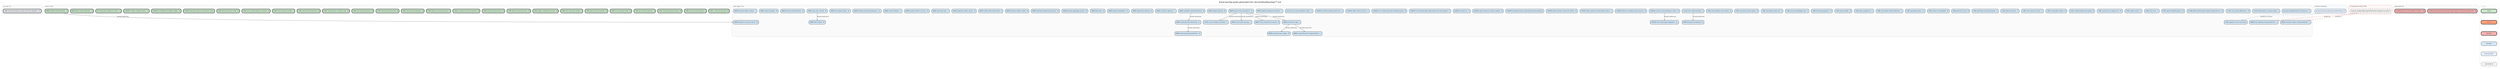
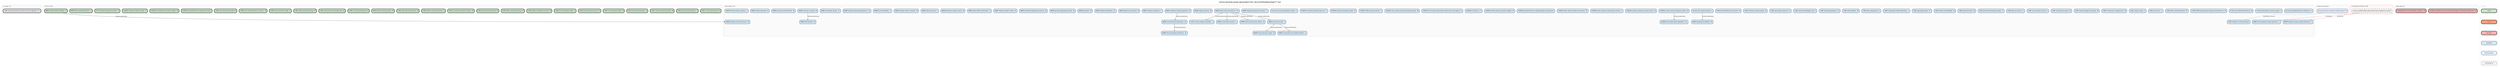
digraph backlog {
  rankdir=TB
  fontname="Helvetica"
  label="Active backlog graph generated from docs/method/backlog/*/*.md"
  labelloc=t
  fontsize=12
  node [shape=box style="rounded,filled" fontname="Helvetica" fontsize=8 margin="0.1,0.05" height=0.35]
  edge [color="#666666" arrowsize=0.5 fontname="Helvetica" fontsize=7]
  newrank=true
  ranksep=0.55
  nodesep=0.2

  subgraph cluster_up_next {
    label="up-next (1)" labeljust=l fontsize=9 fontcolor="#555555"
    style=rounded color="#cccccc" bgcolor="#fafafa"
    up_next_CORE_structural_history_schema_and_echo_migration [label="CORE-structural-history-schema-and-echo-migration - XL" fillcolor="#E5E7EB" penwidth=2]
  }

  subgraph cluster_v0_8_0 {
    label="v0.8.0 (26)" labeljust=l fontsize=9 fontcolor="#555555"
    style=rounded color="#cccccc" bgcolor="#fafafa"
    v0_8_0_CORE_c_structural_parsing [label="CORE-c-structural-parsing - M" fillcolor="#C8E6C9" penwidth=2]
    v0_8_0_CORE_cpp_structural_parsing [label="CORE-cpp-structural-parsing - L" fillcolor="#C8E6C9" penwidth=2]
    v0_8_0_CORE_csharp_structural_parsing [label="CORE-csharp-structural-parsing - M" fillcolor="#C8E6C9" penwidth=2]
    v0_8_0_CORE_go_structural_parsing [label="CORE-go-structural-parsing - S" fillcolor="#C8E6C9" penwidth=2]
    v0_8_0_CORE_hcl_structured_config [label="CORE-hcl-structured-config - M" fillcolor="#C8E6C9" penwidth=2]
    v0_8_0_CORE_java_structural_parsing [label="CORE-java-structural-parsing - M" fillcolor="#C8E6C9" penwidth=2]
    v0_8_0_CORE_json_structured_config [label="CORE-json-structured-config - S" fillcolor="#C8E6C9" penwidth=2]
    v0_8_0_CORE_jupyter_notebook_structure [label="CORE-jupyter-notebook-structure - M" fillcolor="#C8E6C9" penwidth=2]
    v0_8_0_CORE_kotlin_structural_parsing [label="CORE-kotlin-structural-parsing - M" fillcolor="#C8E6C9" penwidth=2]
    v0_8_0_CORE_php_structural_parsing [label="CORE-php-structural-parsing - M" fillcolor="#C8E6C9" penwidth=2]
    v0_8_0_CORE_pr_review_structural_summary [label="CORE-pr-review-structural-summary - M" fillcolor="#C8E6C9" penwidth=2]
    v0_8_0_CORE_python_structural_parsing [label="CORE-python-structural-parsing - S" fillcolor="#C8E6C9" penwidth=2]
    v0_8_0_CORE_ruby_structural_parsing [label="CORE-ruby-structural-parsing - M" fillcolor="#C8E6C9" penwidth=2]
    v0_8_0_CORE_shell_structural_parsing [label="CORE-shell-structural-parsing - M" fillcolor="#C8E6C9" penwidth=2]
    v0_8_0_CORE_sql_structural_parsing [label="CORE-sql-structural-parsing - M" fillcolor="#C8E6C9" penwidth=2]
    v0_8_0_CORE_structural_test_coverage_map [label="CORE-structural-test-coverage-map - M" fillcolor="#C8E6C9" penwidth=2]
    v0_8_0_CORE_swift_structural_parsing [label="CORE-swift-structural-parsing - M" fillcolor="#C8E6C9" penwidth=2]
    v0_8_0_CORE_toml_structured_config [label="CORE-toml-structured-config - S" fillcolor="#C8E6C9" penwidth=2]
    v0_8_0_CORE_tool_context_injection_contracts [label="CORE-tool-context-injection-contracts - M" fillcolor="#C8E6C9" penwidth=2]
    v0_8_0_CORE_yaml_structured_config [label="CORE-yaml-structured-config - M" fillcolor="#C8E6C9" penwidth=2]
    v0_8_0_SURFACE_git_graft_enhance_provenance_hints [label="SURFACE-git-graft-enhance-provenance-hints" fillcolor="#C8E6C9" penwidth=2]
    v0_8_0_SURFACE_pr_feedback_resolution_ledger [label="SURFACE-pr-feedback-resolution-ledger - M" fillcolor="#C8E6C9" penwidth=2]
    v0_8_0_SURFACE_review_cooldown_status [label="SURFACE-review-cooldown-status - S" fillcolor="#C8E6C9" penwidth=2]
    v0_8_0_TEST_bounded_subprocess_policy [label="TEST-bounded-subprocess-policy - S" fillcolor="#C8E6C9" penwidth=2]
    v0_8_0_WARP_dead_symbol_detection [label="WARP-dead-symbol-detection - S" fillcolor="#C8E6C9" penwidth=2]
    v0_8_0_WARP_symbol_history_timeline [label="WARP-symbol-history-timeline - S" fillcolor="#C8E6C9" penwidth=2]
  }

  subgraph cluster_bad_code {
    label="bad-code (2)" labeljust=l fontsize=9 fontcolor="#555555"
    style=rounded color="#cccccc" bgcolor="#fafafa"
    bad_code_CLEAN_remaining_structural_warp_reads_bypass_structural_reading_port [label="CLEAN-remaining-structural-warp-reads-bypass-structural-reading-port - M" fillcolor="#F6B3B3" penwidth=2]
    bad_code_CLEAN_wesley_cli_not_hermetic_in_graft_ci [label="CLEAN-wesley-cli-not-hermetic-in-graft-ci - M" fillcolor="#F6B3B3" penwidth=2]
  }

  subgraph cluster_cool_ideas {
-     label="Cool Ideas (74)" labeljust=l fontsize=9 fontcolor="#555555"
+     label="Cool Ideas (75)" labeljust=l fontsize=9 fontcolor="#555555"
    style=rounded color="#cccccc" bgcolor="#fafafa"
    cool_ideas_bounded_neighborhood_for_references [label="bounded-neighborhood-for-references - S" fillcolor="#D4E8F7" penwidth=1]
    cool_ideas_CI_001_causal_collapse_visualizer [label="CI-001-causal-collapse-visualizer - L" fillcolor="#D4E8F7" penwidth=1]
    cool_ideas_CI_002_deterministic_scenario_replay [label="CI-002-deterministic-scenario-replay - L" fillcolor="#D4E8F7" penwidth=1]
    cool_ideas_CI_003_mcp_native_diff_protocol [label="CI-003-mcp-native-diff-protocol - M" fillcolor="#D4E8F7" penwidth=1]
    cool_ideas_CLEAN_CODE_parallel_agent_merge_shared_file_loss [label="CLEAN-CODE-parallel-agent-merge-shared-file-loss - M" fillcolor="#D4E8F7" penwidth=1]
    cool_ideas_CORE_agent_handoff_protocol [label="CORE-agent-handoff-protocol - M" fillcolor="#D4E8F7" penwidth=1]
    cool_ideas_CORE_auto_focus [label="CORE-auto-focus - L" fillcolor="#D4E8F7" penwidth=1]
    cool_ideas_CORE_capture_range [label="CORE-capture-range - S" fillcolor="#D4E8F7" penwidth=1]
    cool_ideas_CORE_constructor_in_disguise_lint [label="CORE-constructor-in-disguise-lint - M" fillcolor="#D4E8F7" penwidth=1]
    cool_ideas_CORE_context_budget_forecasting [label="CORE-context-budget-forecasting - M" fillcolor="#D4E8F7" penwidth=1]
    cool_ideas_CORE_conversation_primer [label="CORE-conversation-primer - M" fillcolor="#D4E8F7" penwidth=1]
    cool_ideas_CORE_cross_session_resume [label="CORE-cross-session-resume - S" fillcolor="#D4E8F7" penwidth=1]
    cool_ideas_CORE_graft_as_teacher [label="CORE-graft-as-teacher - S" fillcolor="#D4E8F7" penwidth=1]
    cool_ideas_CORE_graft_teach_learning_receipts [label="CORE-graft-teach-learning-receipts - S" fillcolor="#D4E8F7" penwidth=1]
    cool_ideas_CORE_graft_tool_client [label="CORE-graft-tool-client - M" fillcolor="#D4E8F7" penwidth=1]
    cool_ideas_CORE_horizon_of_readability [label="CORE-horizon-of-readability - M" fillcolor="#D4E8F7" penwidth=1]
    cool_ideas_CORE_lagrangian_policy [label="CORE-lagrangian-policy - XL" fillcolor="#D4E8F7" penwidth=1]
    cool_ideas_CORE_migrate_to_slice_first_reads [label="CORE-migrate-to-slice-first-reads" fillcolor="#D4E8F7" penwidth=1]
    cool_ideas_CORE_multi_agent_conflict_detection [label="CORE-multi-agent-conflict-detection - L" fillcolor="#D4E8F7" penwidth=1]
    cool_ideas_CORE_policy_playground [label="CORE-policy-playground - S" fillcolor="#D4E8F7" penwidth=1]
    cool_ideas_CORE_policy_profiles [label="CORE-policy-profiles - M" fillcolor="#D4E8F7" penwidth=1]
    cool_ideas_CORE_self_tuning_governor [label="CORE-self-tuning-governor - M" fillcolor="#D4E8F7" penwidth=1]
    cool_ideas_CORE_session_knowledge_map [label="CORE-session-knowledge-map - S" fillcolor="#D4E8F7" penwidth=1]
    cool_ideas_CORE_speculative_read_cost [label="CORE-speculative-read-cost - S" fillcolor="#D4E8F7" penwidth=1]
    cool_ideas_CORE_structural_session_replay [label="CORE-structural-session-replay - M" fillcolor="#D4E8F7" penwidth=1]
    cool_ideas_CORE_wire_primitives_into_runtime [label="CORE-wire-primitives-into-runtime - M" fillcolor="#D4E8F7" penwidth=1]
    cool_ideas_monitor_tick_ceiling_tracking [label="monitor-tick-ceiling-tracking - S" fillcolor="#D4E8F7" penwidth=1]
    cool_ideas_SURFACE_active_causal_workspace_status [label="SURFACE-active-causal-workspace-status - M" fillcolor="#D4E8F7" penwidth=1]
    cool_ideas_SURFACE_attach_to_existing_causal_session [label="SURFACE-attach-to-existing-causal-session - M" fillcolor="#D4E8F7" penwidth=1]
    cool_ideas_SURFACE_bijou_daemon_control_plane_actions [label="SURFACE-bijou-daemon-control-plane-actions - L" fillcolor="#D4E8F7" penwidth=1]
    cool_ideas_SURFACE_bijou_daemon_status_live_refresh [label="SURFACE-bijou-daemon-status-live-refresh - M" fillcolor="#D4E8F7" penwidth=1]
    cool_ideas_SURFACE_git_graft_enhance_expanded_git_subcommands [label="SURFACE-git-graft-enhance-expanded-git-subcommands" fillcolor="#D4E8F7" penwidth=1]
    cool_ideas_SURFACE_graft_review_pr_number_adapter [label="SURFACE-graft-review-pr-number-adapter - M" fillcolor="#D4E8F7" penwidth=1]
    cool_ideas_SURFACE_ide_native_graft_integration [label="SURFACE-ide-native-graft-integration - XL" fillcolor="#D4E8F7" penwidth=1]
    cool_ideas_SURFACE_init_dry_run [label="SURFACE-init-dry-run - S" fillcolor="#D4E8F7" penwidth=1]
    cool_ideas_SURFACE_local_history_dag_render_mode_and_count_legend [label="SURFACE-local-history-dag-render-mode-and-count-legend - S" fillcolor="#D4E8F7" penwidth=1]
    cool_ideas_SURFACE_non_codex_instruction_bootstrap_parity [label="SURFACE-non-codex-instruction-bootstrap-parity - M" fillcolor="#D4E8F7" penwidth=1]
    cool_ideas_SURFACE_offer_rename_refactor [label="SURFACE-offer-rename-refactor - L" fillcolor="#D4E8F7" penwidth=1]
+     cool_ideas_SURFACE_opened_workspace_paths [label="SURFACE-opened-workspace-paths - M" fillcolor="#D4E8F7" penwidth=1]
    cool_ideas_SURFACE_terminal_activity_browser_tui [label="SURFACE-terminal-activity-browser-tui - L" fillcolor="#D4E8F7" penwidth=1]
    cool_ideas_traverse_plus_query_hydration_helper [label="traverse-plus-query-hydration-helper - S" fillcolor="#D4E8F7" penwidth=1]
    cool_ideas_WARP_adaptive_projection_selection [label="WARP-adaptive-projection-selection - L" fillcolor="#D4E8F7" penwidth=1]
    cool_ideas_WARP_agent_action_provenance [label="WARP-agent-action-provenance - XL" fillcolor="#D4E8F7" penwidth=1]
    cool_ideas_WARP_auto_breaking_change_detection [label="WARP-auto-breaking-change-detection - L" fillcolor="#D4E8F7" penwidth=1]
    cool_ideas_WARP_background_indexing [label="WARP-background-indexing - M" fillcolor="#D4E8F7" penwidth=1]
    cool_ideas_WARP_budget_elasticity [label="WARP-budget-elasticity - M" fillcolor="#D4E8F7" penwidth=1]
    cool_ideas_WARP_causal_blame_for_staged_artifacts [label="WARP-causal-blame-for-staged-artifacts - L" fillcolor="#D4E8F7" penwidth=1]
    cool_ideas_WARP_causal_write_tracking [label="WARP-causal-write-tracking - L" fillcolor="#D4E8F7" penwidth=1]
    cool_ideas_WARP_codebase_entropy_trajectory [label="WARP-codebase-entropy-trajectory - M" fillcolor="#D4E8F7" penwidth=1]
    cool_ideas_WARP_codebase_signature [label="WARP-codebase-signature - L" fillcolor="#D4E8F7" penwidth=1]
    cool_ideas_WARP_counterfactual_refactoring [label="WARP-counterfactual-refactoring - XL" fillcolor="#D4E8F7" penwidth=1]
    cool_ideas_WARP_degeneracy_warning [label="WARP-degeneracy-warning - M" fillcolor="#D4E8F7" penwidth=1]
    cool_ideas_WARP_drift_sentinel [label="WARP-drift-sentinel - M" fillcolor="#D4E8F7" penwidth=1]
    cool_ideas_WARP_footprint_parallelism [label="WARP-footprint-parallelism - XL" fillcolor="#D4E8F7" penwidth=1]
    cool_ideas_WARP_graft_pack [label="WARP-graft-pack - M" fillcolor="#D4E8F7" penwidth=1]
    cool_ideas_WARP_grouped_aggregate_queries [label="WARP-grouped-aggregate-queries - M" fillcolor="#D4E8F7" penwidth=1]
    cool_ideas_WARP_intent_and_decision_events [label="WARP-intent-and-decision-events - M" fillcolor="#D4E8F7" penwidth=1]
    cool_ideas_WARP_intentional_degeneracy_privacy [label="WARP-intentional-degeneracy-privacy - M" fillcolor="#D4E8F7" penwidth=1]
    cool_ideas_WARP_minimum_viable_context [label="WARP-minimum-viable-context - M" fillcolor="#D4E8F7" penwidth=1]
    cool_ideas_WARP_outline_diff_commit_trailer [label="WARP-outline-diff-commit-trailer - S" fillcolor="#D4E8F7" penwidth=1]
    cool_ideas_WARP_projection_safety_classes [label="WARP-projection-safety-classes - M" fillcolor="#D4E8F7" penwidth=1]
    cool_ideas_WARP_provenance_dag [label="WARP-provenance-dag - L" fillcolor="#D4E8F7" penwidth=1]
    cool_ideas_WARP_reasoning_trace_replay [label="WARP-reasoning-trace-replay - M" fillcolor="#D4E8F7" penwidth=1]
    cool_ideas_WARP_rulial_heat_map [label="WARP-rulial-heat-map - L" fillcolor="#D4E8F7" penwidth=1]
    cool_ideas_WARP_semantic_drift_in_sessions [label="WARP-semantic-drift-in-sessions - M" fillcolor="#D4E8F7" penwidth=1]
    cool_ideas_WARP_semantic_merge_conflict_prediction [label="WARP-semantic-merge-conflict-prediction - L" fillcolor="#D4E8F7" penwidth=1]
    cool_ideas_WARP_session_filtration [label="WARP-session-filtration - L" fillcolor="#D4E8F7" penwidth=1]
    cool_ideas_WARP_shadow_structural_workspaces [label="WARP-shadow-structural-workspaces - XL" fillcolor="#D4E8F7" penwidth=1]
    cool_ideas_WARP_speculative_merge [label="WARP-speculative-merge - XL" fillcolor="#D4E8F7" penwidth=1]
    cool_ideas_WARP_stale_docs_checker [label="WARP-stale-docs-checker - M" fillcolor="#D4E8F7" penwidth=1]
    cool_ideas_WARP_structural_drift_detection [label="WARP-structural-drift-detection - M" fillcolor="#D4E8F7" penwidth=1]
    cool_ideas_WARP_structural_impact_prediction [label="WARP-structural-impact-prediction - XL" fillcolor="#D4E8F7" penwidth=1]
    cool_ideas_WARP_symbol_heatmap [label="WARP-symbol-heatmap - M" fillcolor="#D4E8F7" penwidth=1]
    cool_ideas_WARP_technical_debt_curvature [label="WARP-technical-debt-curvature - L" fillcolor="#D4E8F7" penwidth=1]
    cool_ideas_WARP_temporal_structural_search [label="WARP-temporal-structural-search - M" fillcolor="#D4E8F7" penwidth=1]
  }

  subgraph cluster_external {
    label="External blockers" labeljust=l fontsize=9 fontcolor="#555555"
    style=rounded color="#cccccc" bgcolor="#f8fbff"
    external_git_warp_observer_geometry_ladder__Rung_2_4_ [label="git-warp observer geometry ladder (Rung 2-4)" fillcolor="#E8F2FF" penwidth=1]
  }

  subgraph cluster_unresolved {
    label="Unresolved internal refs" labeljust=l fontsize=9 fontcolor="#555555"
    style="rounded,dashed" color="#cc3333" bgcolor="#fff7f7"
    unresolved_CLEAN_CODE_export_diff_semver_signature_as_patch [label="missing: CLEAN_CODE_export-diff-semver-signature-as-patch" fillcolor="#F2F2F2" penwidth=1 style="rounded,dashed,filled"]
  }

  cool_ideas_monitor_tick_ceiling_tracking -> cool_ideas_WARP_background_indexing [label="blocked_by/blocking"]
  cool_ideas_SURFACE_active_causal_workspace_status -> cool_ideas_SURFACE_ide_native_graft_integration [label="blocked_by/blocking"]
  cool_ideas_WARP_agent_action_provenance -> cool_ideas_CI_001_causal_collapse_visualizer [label="blocked_by/blocking"]
  cool_ideas_WARP_agent_action_provenance -> cool_ideas_WARP_causal_write_tracking [label="blocked_by/blocking"]
  cool_ideas_WARP_agent_action_provenance -> cool_ideas_WARP_intent_and_decision_events [label="blocked_by/blocking"]
  cool_ideas_WARP_agent_action_provenance -> cool_ideas_WARP_provenance_dag [label="blocked_by/blocking"]
  cool_ideas_WARP_codebase_entropy_trajectory -> cool_ideas_WARP_counterfactual_refactoring [label="blocked_by/blocking"]
  cool_ideas_WARP_counterfactual_refactoring -> cool_ideas_WARP_structural_impact_prediction [label="blocked_by/blocking"]
  cool_ideas_WARP_provenance_dag -> cool_ideas_WARP_causal_blame_for_staged_artifacts [label="blocked_by/blocking"]
  cool_ideas_WARP_provenance_dag -> cool_ideas_WARP_reasoning_trace_replay [label="blocked_by/blocking"]
  cool_ideas_WARP_stale_docs_checker -> cool_ideas_WARP_drift_sentinel [label="blocked_by/blocking"]
  external_git_warp_observer_geometry_ladder__Rung_2_4_ -> cool_ideas_CORE_migrate_to_slice_first_reads [label="blocked_by_external" style=dashed color="#4477AA"]
  unresolved_CLEAN_CODE_export_diff_semver_signature_as_patch -> cool_ideas_WARP_auto_breaking_change_detection [label="blocked_by" style=dashed color="#CC3333"]
  unresolved_CLEAN_CODE_export_diff_semver_signature_as_patch -> cool_ideas_WARP_semantic_merge_conflict_prediction [label="blocked_by" style=dashed color="#CC3333"]
  v0_8_0_WARP_symbol_history_timeline -> cool_ideas_WARP_temporal_structural_search [label="blocked_by/blocking"]

  subgraph cluster_legend {
    label="Legend" labeljust=l fontsize=8 fontcolor="#aaaaaa"
    style=rounded color="#dddddd"
    node [fontsize=7 width=1.4]
    leg_v08 [label="v0.8.0" fillcolor="#C8E6C9" penwidth=2]
    leg_v07 [label="v0.7.0" fillcolor="#FFA07A" penwidth=2]
    leg_bad [label="bad-code" fillcolor="#F6B3B3" penwidth=2]
    leg_idea [label="cool-ideas" fillcolor="#D4E8F7" penwidth=1]
    leg_external [label="external blocker" fillcolor="#E8F2FF" penwidth=1]
    leg_unresolved [label="unresolved ref" fillcolor="#F2F2F2" penwidth=1 style="rounded,dashed,filled"]
    leg_v08 -> leg_v07 [style=invis]
    leg_v07 -> leg_bad [style=invis]
    leg_bad -> leg_idea [style=invis]
    leg_idea -> leg_external [style=invis]
    leg_external -> leg_unresolved [style=invis]
  }
}
